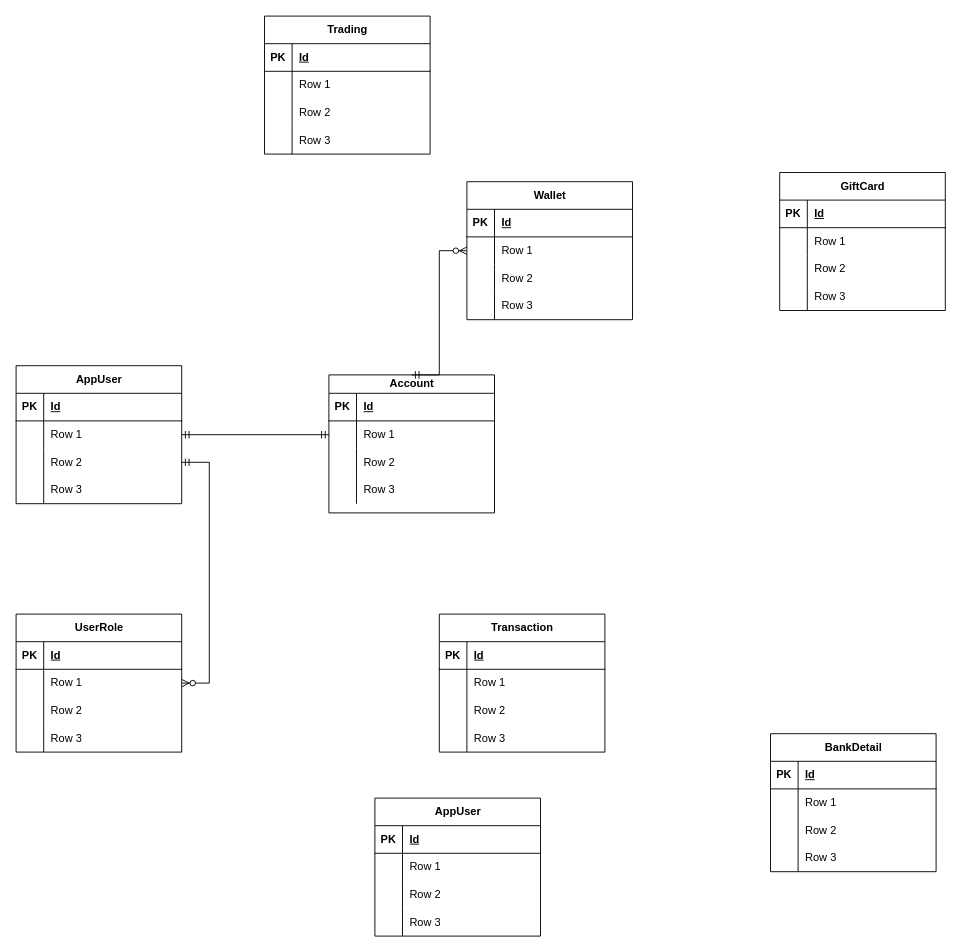
Above: Fluid Cash.drawio in Pay-Bigi/FluidCash (draw.io), before the change. Source tidied: cells renumbered, new cells numbered last; positions are measured from the earlier drawing's top-left corner, leaving out a move shared by most shapes. Both pictures are drawn from the tidied source at 92%, with x=0, y=0 at pixel (16, 16).
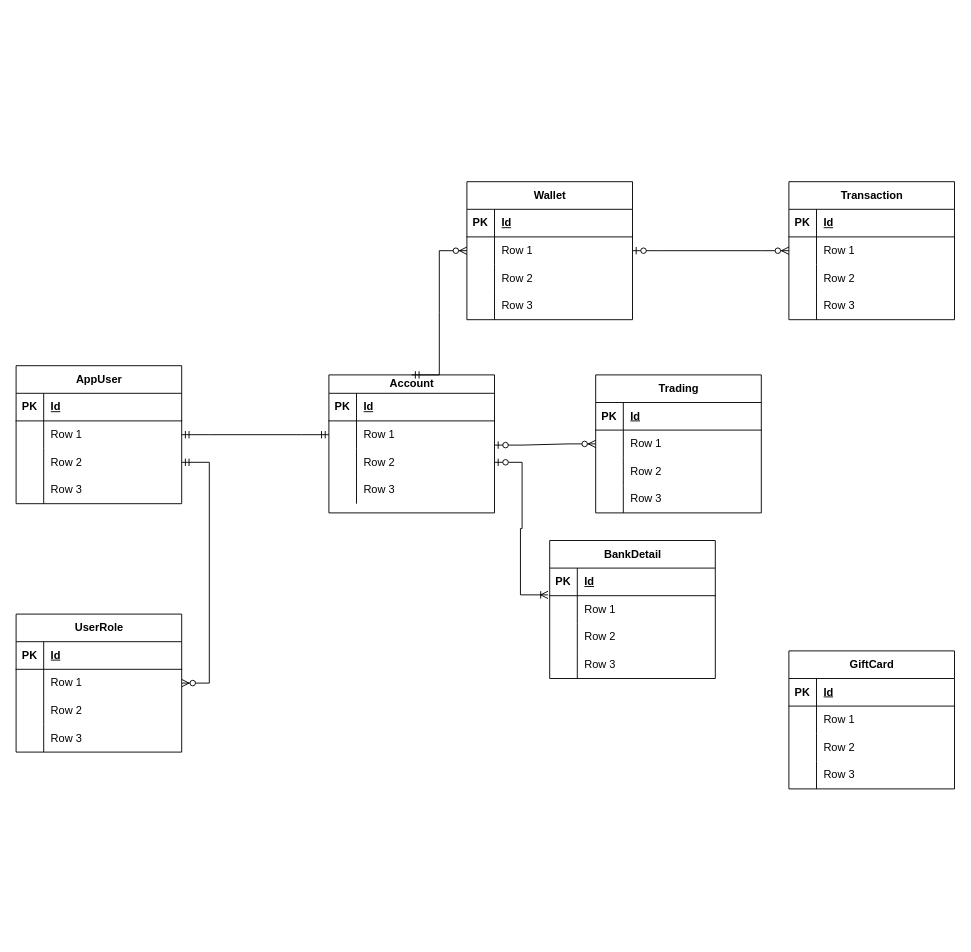
The same page after the edit.

Commit message:
Complete entity relationship diagram

Unchanged cells that the change refers to:
```xml
<mxCell id="32" style="shape=tableRow;horizontal=0;startSize=0;swimlaneHead=0;swimlaneBody=0;fillColor=none;points=[[0,0.5],[1,0.5]];portConstraint=eastwest;top=0;left=0;right=0;bottom=0;" parent="28" vertex="1">
  <mxGeometry y="60" width="180" height="30" as="geometry" />
</mxCell>
<mxCell id="42" style="shape=tableRow;horizontal=0;startSize=0;swimlaneHead=0;swimlaneBody=0;fillColor=none;points=[[0,0.5],[1,0.5]];portConstraint=eastwest;top=0;left=0;right=0;bottom=1;" parent="41" vertex="1">
  <mxGeometry y="30" width="180" height="30" as="geometry" />
</mxCell>
<mxCell id="84" style="shape=tableRow;horizontal=0;startSize=0;swimlaneHead=0;swimlaneBody=0;fillColor=none;points=[[0,0.5],[1,0.5]];portConstraint=eastwest;top=0;left=0;right=0;bottom=0;" parent="80" vertex="1">
  <mxGeometry y="60" width="180" height="30" as="geometry" />
</mxCell>
<mxCell id="97" style="shape=tableRow;horizontal=0;startSize=0;swimlaneHead=0;swimlaneBody=0;fillColor=none;points=[[0,0.5],[1,0.5]];portConstraint=eastwest;top=0;left=0;right=0;bottom=0;" parent="93" vertex="1">
  <mxGeometry y="60" width="180" height="30" as="geometry" />
</mxCell>
<mxCell id="110" style="shape=tableRow;horizontal=0;startSize=0;swimlaneHead=0;swimlaneBody=0;fillColor=none;points=[[0,0.5],[1,0.5]];portConstraint=eastwest;top=0;left=0;right=0;bottom=0;" parent="106" vertex="1">
  <mxGeometry y="50" width="180" height="30" as="geometry" />
</mxCell>
<mxCell id="113" style="shape=tableRow;horizontal=0;startSize=0;swimlaneHead=0;swimlaneBody=0;fillColor=none;points=[[0,0.5],[1,0.5]];portConstraint=eastwest;top=0;left=0;right=0;bottom=0;" parent="106" vertex="1">
  <mxGeometry y="80" width="180" height="30" as="geometry" />
</mxCell>
```

Change to the diagram source:
```diff
@@
-    <mxCell id="15" value="AppUser" style="shape=table;startSize=30;childLayout=tableLayout;rowLines=0;fontStyle=1;align=center;html=1;" parent="1" vertex="1">
-      <mxGeometry x="390" y="850" width="180" height="150" as="geometry" />
-    </mxCell>
-    <mxCell id="16" style="shape=tableRow;horizontal=0;startSize=0;swimlaneHead=0;swimlaneBody=0;fillColor=none;top=0;left=0;right=0;bottom=1;" parent="15" vertex="1">
-      <mxGeometry y="30" width="180" height="30" as="geometry" />
-    </mxCell>
-    <mxCell id="17" value="PK" style="shape=partialRectangle;fillColor=none;top=0;left=0;bottom=0;right=0;fontStyle=1;overflow=hidden;whiteSpace=wrap;html=1;" parent="16" vertex="1">
-      <mxGeometry width="30" height="30" as="geometry" />
-    </mxCell>
-    <mxCell id="18" value="Id" style="shape=partialRectangle;fillColor=none;top=0;left=0;bottom=0;right=0;align=left;spacingLeft=6;fontStyle=5;overflow=hidden;whiteSpace=wrap;html=1;" parent="16" vertex="1">
-      <mxGeometry x="30" width="150" height="30" as="geometry" />
-    </mxCell>
-    <mxCell id="19" style="shape=tableRow;horizontal=0;startSize=0;swimlaneHead=0;swimlaneBody=0;fillColor=none;top=0;left=0;right=0;bottom=0;" parent="15" vertex="1">
-      <mxGeometry y="60" width="180" height="30" as="geometry" />
-    </mxCell>
-    <mxCell id="20" style="shape=partialRectangle;fillColor=none;top=0;left=0;bottom=0;right=0;overflow=hidden;whiteSpace=wrap;html=1;" parent="19" vertex="1">
-      <mxGeometry width="30" height="30" as="geometry" />
-    </mxCell>
-    <mxCell id="21" value="Row 1" style="shape=partialRectangle;fillColor=none;top=0;left=0;bottom=0;right=0;align=left;spacingLeft=6;overflow=hidden;whiteSpace=wrap;html=1;" parent="19" vertex="1">
-      <mxGeometry x="30" width="150" height="30" as="geometry" />
-    </mxCell>
-    <mxCell id="22" style="shape=tableRow;horizontal=0;startSize=0;swimlaneHead=0;swimlaneBody=0;fillColor=none;top=0;left=0;right=0;bottom=0;" parent="15" vertex="1">
-      <mxGeometry y="90" width="180" height="30" as="geometry" />
-    </mxCell>
-    <mxCell id="23" style="shape=partialRectangle;fillColor=none;top=0;left=0;bottom=0;right=0;overflow=hidden;whiteSpace=wrap;html=1;" parent="22" vertex="1">
-      <mxGeometry width="30" height="30" as="geometry" />
-    </mxCell>
-    <mxCell id="24" value="Row 2" style="shape=partialRectangle;fillColor=none;top=0;left=0;bottom=0;right=0;align=left;spacingLeft=6;overflow=hidden;whiteSpace=wrap;html=1;" parent="22" vertex="1">
-      <mxGeometry x="30" width="150" height="30" as="geometry" />
-    </mxCell>
-    <mxCell id="25" style="shape=tableRow;horizontal=0;startSize=0;swimlaneHead=0;swimlaneBody=0;fillColor=none;top=0;left=0;right=0;bottom=0;" parent="15" vertex="1">
-      <mxGeometry y="120" width="180" height="30" as="geometry" />
-    </mxCell>
-    <mxCell id="26" style="shape=partialRectangle;fillColor=none;top=0;left=0;bottom=0;right=0;overflow=hidden;whiteSpace=wrap;html=1;" parent="25" vertex="1">
-      <mxGeometry width="30" height="30" as="geometry" />
-    </mxCell>
-    <mxCell id="27" value="Row 3" style="shape=partialRectangle;fillColor=none;top=0;left=0;bottom=0;right=0;align=left;spacingLeft=6;overflow=hidden;whiteSpace=wrap;html=1;" parent="25" vertex="1">
-      <mxGeometry x="30" width="150" height="30" as="geometry" />
-    </mxCell>
     <mxCell id="28" value="Transaction" style="shape=table;startSize=30;childLayout=tableLayout;rowLines=0;fontStyle=1;align=center;html=1;" parent="1" vertex="1">
-      <mxGeometry x="460" y="650" width="180" height="150" as="geometry" />
+      <mxGeometry x="840" y="180" width="180" height="150" as="geometry" />
     </mxCell>
@@
     <mxCell id="41" value="BankDetail" style="shape=table;startSize=30;childLayout=tableLayout;rowLines=0;fontStyle=1;align=center;html=1;" parent="1" vertex="1">
-      <mxGeometry x="820" y="780" width="180" height="150" as="geometry" />
+      <mxGeometry x="580" y="570" width="180" height="150" as="geometry" />
     </mxCell>
@@
-    <mxCell id="54" value="GiftCard" style="shape=table;startSize=30;childLayout=tableLayout;rowLines=0;fontStyle=1;align=center;html=1;" parent="1" vertex="1">
-      <mxGeometry x="830" y="170" width="180" height="150" as="geometry" />
-    </mxCell>
-    <mxCell id="55" style="shape=tableRow;horizontal=0;startSize=0;swimlaneHead=0;swimlaneBody=0;fillColor=none;top=0;left=0;right=0;bottom=1;" parent="54" vertex="1">
-      <mxGeometry y="30" width="180" height="30" as="geometry" />
-    </mxCell>
-    <mxCell id="56" value="PK" style="shape=partialRectangle;fillColor=none;top=0;left=0;bottom=0;right=0;fontStyle=1;overflow=hidden;whiteSpace=wrap;html=1;" parent="55" vertex="1">
-      <mxGeometry width="30" height="30" as="geometry" />
-    </mxCell>
-    <mxCell id="57" value="Id" style="shape=partialRectangle;fillColor=none;top=0;left=0;bottom=0;right=0;align=left;spacingLeft=6;fontStyle=5;overflow=hidden;whiteSpace=wrap;html=1;" parent="55" vertex="1">
-      <mxGeometry x="30" width="150" height="30" as="geometry" />
-    </mxCell>
-    <mxCell id="58" style="shape=tableRow;horizontal=0;startSize=0;swimlaneHead=0;swimlaneBody=0;fillColor=none;top=0;left=0;right=0;bottom=0;" parent="54" vertex="1">
-      <mxGeometry y="60" width="180" height="30" as="geometry" />
-    </mxCell>
-    <mxCell id="59" style="shape=partialRectangle;fillColor=none;top=0;left=0;bottom=0;right=0;overflow=hidden;whiteSpace=wrap;html=1;" parent="58" vertex="1">
-      <mxGeometry width="30" height="30" as="geometry" />
-    </mxCell>
-    <mxCell id="60" value="Row 1" style="shape=partialRectangle;fillColor=none;top=0;left=0;bottom=0;right=0;align=left;spacingLeft=6;overflow=hidden;whiteSpace=wrap;html=1;" parent="58" vertex="1">
-      <mxGeometry x="30" width="150" height="30" as="geometry" />
-    </mxCell>
-    <mxCell id="61" style="shape=tableRow;horizontal=0;startSize=0;swimlaneHead=0;swimlaneBody=0;fillColor=none;top=0;left=0;right=0;bottom=0;" parent="54" vertex="1">
-      <mxGeometry y="90" width="180" height="30" as="geometry" />
-    </mxCell>
-    <mxCell id="62" style="shape=partialRectangle;fillColor=none;top=0;left=0;bottom=0;right=0;overflow=hidden;whiteSpace=wrap;html=1;" parent="61" vertex="1">
-      <mxGeometry width="30" height="30" as="geometry" />
-    </mxCell>
-    <mxCell id="63" value="Row 2" style="shape=partialRectangle;fillColor=none;top=0;left=0;bottom=0;right=0;align=left;spacingLeft=6;overflow=hidden;whiteSpace=wrap;html=1;" parent="61" vertex="1">
-      <mxGeometry x="30" width="150" height="30" as="geometry" />
-    </mxCell>
-    <mxCell id="64" style="shape=tableRow;horizontal=0;startSize=0;swimlaneHead=0;swimlaneBody=0;fillColor=none;top=0;left=0;right=0;bottom=0;" parent="54" vertex="1">
-      <mxGeometry y="120" width="180" height="30" as="geometry" />
-    </mxCell>
-    <mxCell id="65" style="shape=partialRectangle;fillColor=none;top=0;left=0;bottom=0;right=0;overflow=hidden;whiteSpace=wrap;html=1;" parent="64" vertex="1">
-      <mxGeometry width="30" height="30" as="geometry" />
-    </mxCell>
-    <mxCell id="66" value="Row 3" style="shape=partialRectangle;fillColor=none;top=0;left=0;bottom=0;right=0;align=left;spacingLeft=6;overflow=hidden;whiteSpace=wrap;html=1;" parent="64" vertex="1">
-      <mxGeometry x="30" width="150" height="30" as="geometry" />
-    </mxCell>
@@
     <mxCell id="80" value="Trading" style="shape=table;startSize=30;childLayout=tableLayout;rowLines=0;fontStyle=1;align=center;html=1;" parent="1" vertex="1">
-      <mxGeometry x="270" width="180" height="150" as="geometry" />
+      <mxGeometry x="630" y="390" width="180" height="150" as="geometry" />
     </mxCell>
@@
+    <mxCell id="122" style="edgeStyle=entityRelationEdgeStyle;fontSize=12;html=1;endArrow=ERzeroToMany;startArrow=ERzeroToOne;rounded=0;exitX=1;exitY=0.877;exitDx=0;exitDy=0;exitPerimeter=0;entryX=0;entryY=0.5;entryDx=0;entryDy=0;" parent="1" edge="1" source="110" target="84">
+      <mxGeometry relative="1" as="geometry" />
+    </mxCell>
+    <mxCell id="123" style="edgeStyle=entityRelationEdgeStyle;fontSize=12;html=1;endArrow=ERzeroToMany;startArrow=ERzeroToOne;rounded=0;exitX=1;exitY=0.5;exitDx=0;exitDy=0;entryX=0;entryY=0.5;entryDx=0;entryDy=0;" parent="1" edge="1" source="97" target="32">
+      <mxGeometry relative="1" as="geometry" />
+    </mxCell>
+    <mxCell id="54" value="GiftCard" style="shape=table;startSize=30;childLayout=tableLayout;rowLines=0;fontStyle=1;align=center;html=1;" parent="1" vertex="1">
+      <mxGeometry x="840" y="690" width="180" height="150" as="geometry" />
+    </mxCell>
+    <mxCell id="124" style="shape=tableRow;horizontal=0;startSize=0;swimlaneHead=0;swimlaneBody=0;fillColor=none;top=0;left=0;right=0;bottom=1;" parent="54" vertex="1">
+      <mxGeometry y="30" width="180" height="30" as="geometry" />
+    </mxCell>
+    <mxCell id="125" value="PK" style="shape=partialRectangle;fillColor=none;top=0;left=0;bottom=0;right=0;fontStyle=1;overflow=hidden;whiteSpace=wrap;html=1;" parent="124" vertex="1">
+      <mxGeometry width="30" height="30" as="geometry" />
+    </mxCell>
+    <mxCell id="126" value="Id" style="shape=partialRectangle;fillColor=none;top=0;left=0;bottom=0;right=0;align=left;spacingLeft=6;fontStyle=5;overflow=hidden;whiteSpace=wrap;html=1;" parent="124" vertex="1">
+      <mxGeometry x="30" width="150" height="30" as="geometry" />
+    </mxCell>
+    <mxCell id="127" style="shape=tableRow;horizontal=0;startSize=0;swimlaneHead=0;swimlaneBody=0;fillColor=none;top=0;left=0;right=0;bottom=0;" parent="54" vertex="1">
+      <mxGeometry y="60" width="180" height="30" as="geometry" />
+    </mxCell>
+    <mxCell id="128" style="shape=partialRectangle;fillColor=none;top=0;left=0;bottom=0;right=0;overflow=hidden;whiteSpace=wrap;html=1;" parent="127" vertex="1">
+      <mxGeometry width="30" height="30" as="geometry" />
+    </mxCell>
+    <mxCell id="129" value="Row 1" style="shape=partialRectangle;fillColor=none;top=0;left=0;bottom=0;right=0;align=left;spacingLeft=6;overflow=hidden;whiteSpace=wrap;html=1;" parent="127" vertex="1">
+      <mxGeometry x="30" width="150" height="30" as="geometry" />
+    </mxCell>
+    <mxCell id="130" style="shape=tableRow;horizontal=0;startSize=0;swimlaneHead=0;swimlaneBody=0;fillColor=none;top=0;left=0;right=0;bottom=0;" parent="54" vertex="1">
+      <mxGeometry y="90" width="180" height="30" as="geometry" />
+    </mxCell>
+    <mxCell id="131" style="shape=partialRectangle;fillColor=none;top=0;left=0;bottom=0;right=0;overflow=hidden;whiteSpace=wrap;html=1;" parent="130" vertex="1">
+      <mxGeometry width="30" height="30" as="geometry" />
+    </mxCell>
+    <mxCell id="132" value="Row 2" style="shape=partialRectangle;fillColor=none;top=0;left=0;bottom=0;right=0;align=left;spacingLeft=6;overflow=hidden;whiteSpace=wrap;html=1;" parent="130" vertex="1">
+      <mxGeometry x="30" width="150" height="30" as="geometry" />
+    </mxCell>
+    <mxCell id="133" style="shape=tableRow;horizontal=0;startSize=0;swimlaneHead=0;swimlaneBody=0;fillColor=none;top=0;left=0;right=0;bottom=0;" parent="54" vertex="1">
+      <mxGeometry y="120" width="180" height="30" as="geometry" />
+    </mxCell>
+    <mxCell id="134" style="shape=partialRectangle;fillColor=none;top=0;left=0;bottom=0;right=0;overflow=hidden;whiteSpace=wrap;html=1;" parent="133" vertex="1">
+      <mxGeometry width="30" height="30" as="geometry" />
+    </mxCell>
+    <mxCell id="135" value="Row 3" style="shape=partialRectangle;fillColor=none;top=0;left=0;bottom=0;right=0;align=left;spacingLeft=6;overflow=hidden;whiteSpace=wrap;html=1;" parent="133" vertex="1">
+      <mxGeometry x="30" width="150" height="30" as="geometry" />
+    </mxCell>
+    <mxCell id="136" style="edgeStyle=entityRelationEdgeStyle;fontSize=12;html=1;endArrow=ERoneToMany;startArrow=ERzeroToOne;rounded=0;exitX=1;exitY=0.5;exitDx=0;exitDy=0;entryX=-0.01;entryY=0.97;entryDx=0;entryDy=0;entryPerimeter=0;" parent="1" edge="1" source="113" target="42">
+      <mxGeometry relative="1" as="geometry" />
+    </mxCell>
```
